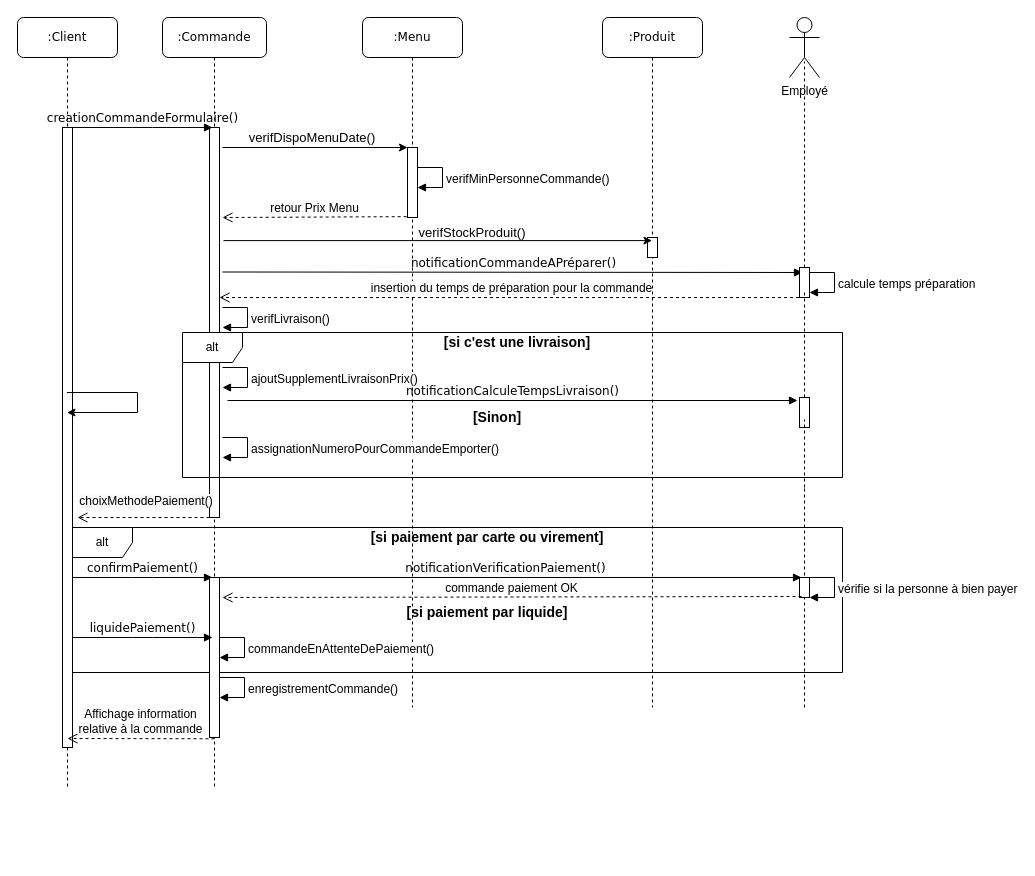
Earlier version of the draw.io diagram diagramme_dinteraction.drawio (NHatim/aca). Source tidied: cells renumbered, new cells numbered last; positions are measured from the earlier drawing's top-left corner, leaving out a move shared by most shapes. Both pictures are drawn from the tidied source at 100%, with x=0, y=0 at pixel (17, 17).
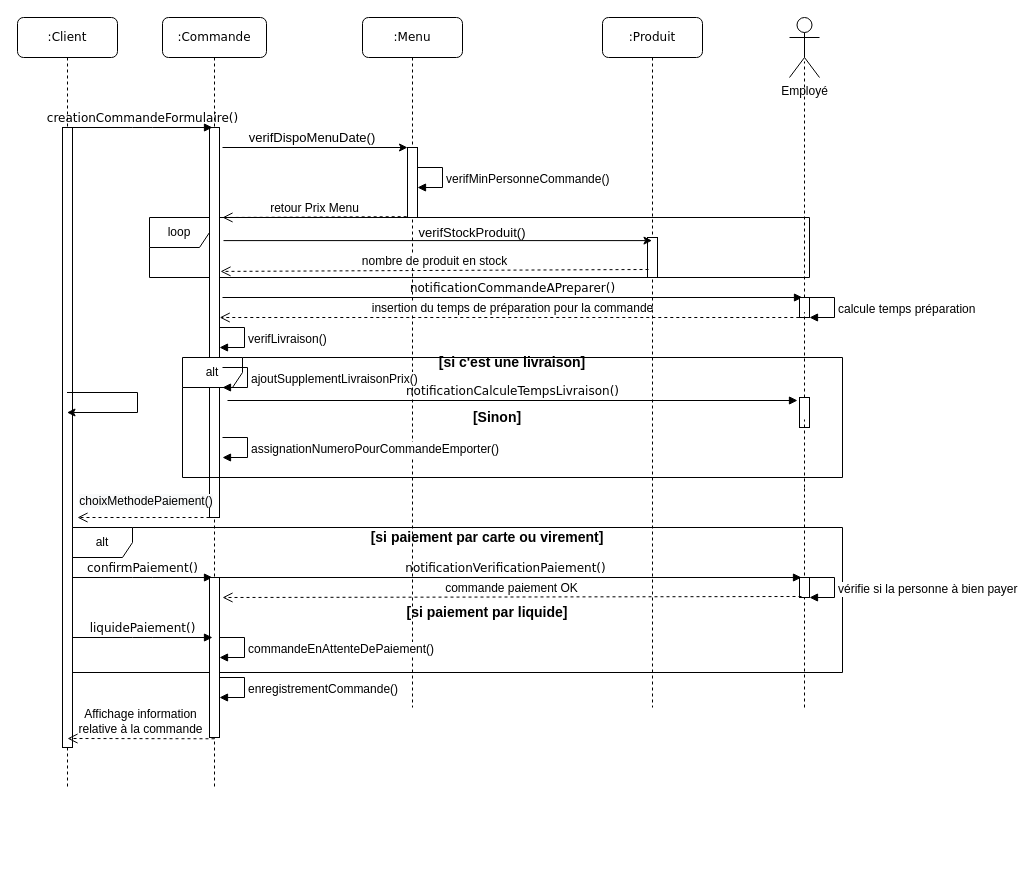
The same page after the edit.

Unchanged cells that the change refers to:
```xml
<mxCell id="6" style="html=1;points=[];perimeter=orthogonalPerimeter;rounded=0;shadow=0;comic=0;labelBackgroundColor=none;strokeWidth=1;fontFamily=Verdana;fontSize=12;align=center;" parent="5" vertex="1">
  <mxGeometry x="47" y="110" width="10" height="390" as="geometry" />
</mxCell>
<mxCell id="48" value=":Produit" style="shape=umlLifeline;perimeter=lifelinePerimeter;whiteSpace=wrap;html=1;outlineConnect=0;rounded=1;shadow=0;comic=0;labelBackgroundColor=none;strokeWidth=1;fontFamily=Verdana;fontSize=12;align=center;" parent="1" vertex="1">
  <mxGeometry x="585" width="100" height="690" as="geometry" />
</mxCell>
```

The edit, as a diff of the source:
```diff
@@
+    <mxCell id="52" value="loop" style="shape=umlFrame;whiteSpace=wrap;html=1;" parent="1" vertex="1">
+      <mxGeometry x="132" y="200" width="660" height="60" as="geometry" />
+    </mxCell>
@@
     <mxCell id="13" value="alt" style="shape=umlFrame;whiteSpace=wrap;html=1;" parent="1" vertex="1">
-      <mxGeometry x="165" y="315" width="660" height="145" as="geometry" />
+      <mxGeometry x="165" y="340" width="660" height="120" as="geometry" />
     </mxCell>
     <mxCell id="14" value="&lt;span style=&quot;font-size: 14px&quot;&gt;&lt;b&gt;[si c'est une livraison]&lt;/b&gt;&lt;/span&gt;" style="text;html=1;strokeColor=none;fillColor=none;align=center;verticalAlign=middle;whiteSpace=wrap;rounded=0;" parent="1" vertex="1">
-      <mxGeometry x="245" y="315" width="510" height="20" as="geometry" />
+      <mxGeometry x="240" y="335" width="510" height="20" as="geometry" />
     </mxCell>
@@
     <mxCell id="17" value="verifLivraison()" style="edgeStyle=orthogonalEdgeStyle;html=1;align=left;spacingLeft=2;endArrow=block;rounded=0;entryX=1;entryY=0;fontSize=12;" parent="1" edge="1">
       <mxGeometry x="0.07" relative="1" as="geometry">
-        <mxPoint x="205" y="290" as="sourcePoint" />
-        <mxPoint x="205" y="310" as="targetPoint" />
+        <mxPoint x="202" y="310" as="sourcePoint" />
+        <mxPoint x="202" y="330" as="targetPoint" />
         <Array as="points">
-          <mxPoint x="230" y="290" />
+          <mxPoint x="227" y="310" />
         </Array>
       </mxGeometry>
     </mxCell>
@@
     <mxCell id="21" value="calcule temps préparation" style="edgeStyle=orthogonalEdgeStyle;html=1;align=left;spacingLeft=2;endArrow=block;rounded=0;entryX=1;entryY=0;fontSize=12;" parent="1" edge="1">
       <mxGeometry x="0.07" relative="1" as="geometry">
-        <mxPoint x="792" y="255" as="sourcePoint" />
-        <mxPoint x="792" y="275" as="targetPoint" />
+        <mxPoint x="792" y="280" as="sourcePoint" />
+        <mxPoint x="792" y="300" as="targetPoint" />
         <Array as="points">
-          <mxPoint x="817" y="255" />
+          <mxPoint x="817" y="280" />
         </Array>
       </mxGeometry>
     </mxCell>
@@
-    <mxCell id="23" value="notificationCommandeAPréparer()" style="html=1;verticalAlign=bottom;endArrow=block;labelBackgroundColor=none;fontFamily=Verdana;fontSize=12;edgeStyle=elbowEdgeStyle;elbow=vertical;" parent="1" edge="1">
+    <mxCell id="23" value="notificationCommandeAPreparer()" style="html=1;verticalAlign=bottom;endArrow=block;labelBackgroundColor=none;fontFamily=Verdana;fontSize=12;edgeStyle=elbowEdgeStyle;elbow=vertical;" parent="1" edge="1">
       <mxGeometry relative="1" as="geometry">
-        <mxPoint x="205" y="254.5" as="sourcePoint" />
-        <mxPoint x="785" y="254.5" as="targetPoint" />
+        <mxPoint x="205" y="280" as="sourcePoint" />
+        <mxPoint x="785" y="280" as="targetPoint" />
       </mxGeometry>
     </mxCell>
     <mxCell id="24" value="insertion du temps de préparation pour la commande" style="html=1;verticalAlign=bottom;endArrow=open;dashed=1;endSize=8;fontSize=12;exitX=-0.083;exitY=0.988;exitDx=0;exitDy=0;exitPerimeter=0;" parent="1" edge="1">
       <mxGeometry relative="1" as="geometry">
-        <mxPoint x="787.5" y="280" as="sourcePoint" />
-        <mxPoint x="202" y="280" as="targetPoint" />
+        <mxPoint x="787.8" y="300" as="sourcePoint" />
+        <mxPoint x="202.2" y="300" as="targetPoint" />
       </mxGeometry>
     </mxCell>
     <mxCell id="25" style="html=1;points=[];perimeter=orthogonalPerimeter;rounded=0;shadow=0;comic=0;labelBackgroundColor=none;strokeWidth=1;fontFamily=Verdana;fontSize=12;align=center;" parent="1" vertex="1">
-      <mxGeometry x="782" y="250" width="10" height="30" as="geometry" />
+      <mxGeometry x="782" y="280" width="10" height="20" as="geometry" />
     </mxCell>
@@
     <mxCell id="49" style="html=1;points=[];perimeter=orthogonalPerimeter;rounded=0;shadow=0;comic=0;labelBackgroundColor=none;strokeWidth=1;fontFamily=Verdana;fontSize=12;align=center;" parent="48" vertex="1">
-      <mxGeometry x="45" y="220" width="10" height="20" as="geometry" />
+      <mxGeometry x="45" y="220" width="10" height="40" as="geometry" />
     </mxCell>
@@
+    <mxCell id="53" value="nombre de produit en stock" style="html=1;verticalAlign=bottom;endArrow=open;dashed=1;endSize=8;fontSize=12;exitX=0.1;exitY=0.8;exitDx=0;exitDy=0;exitPerimeter=0;entryX=1.1;entryY=0.369;entryDx=0;entryDy=0;entryPerimeter=0;" parent="1" edge="1" source="49" target="6">
+      <mxGeometry relative="1" as="geometry" />
+    </mxCell>
```
